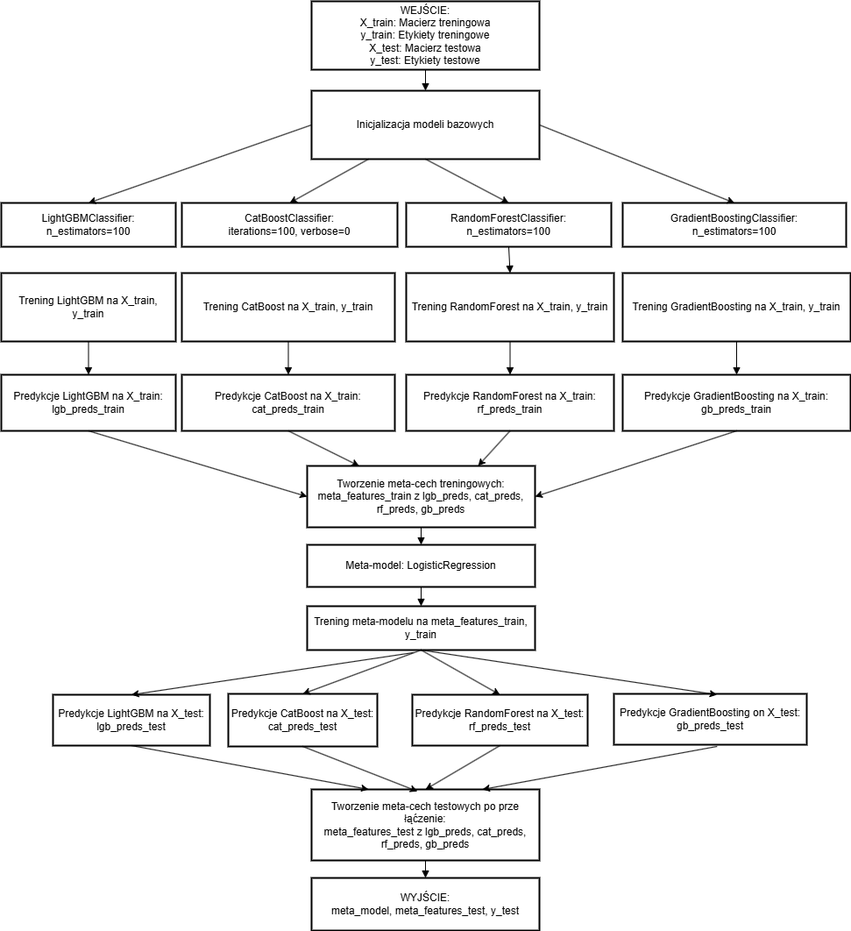
Earlier version of the draw.io export img/diagrams/metoda20.drawio.png (Foxxich/thesis). Source tidied: cells renumbered, new cells last; positions are measured from the earlier drawing's top-left corner, leaving out a move shared by most shapes.
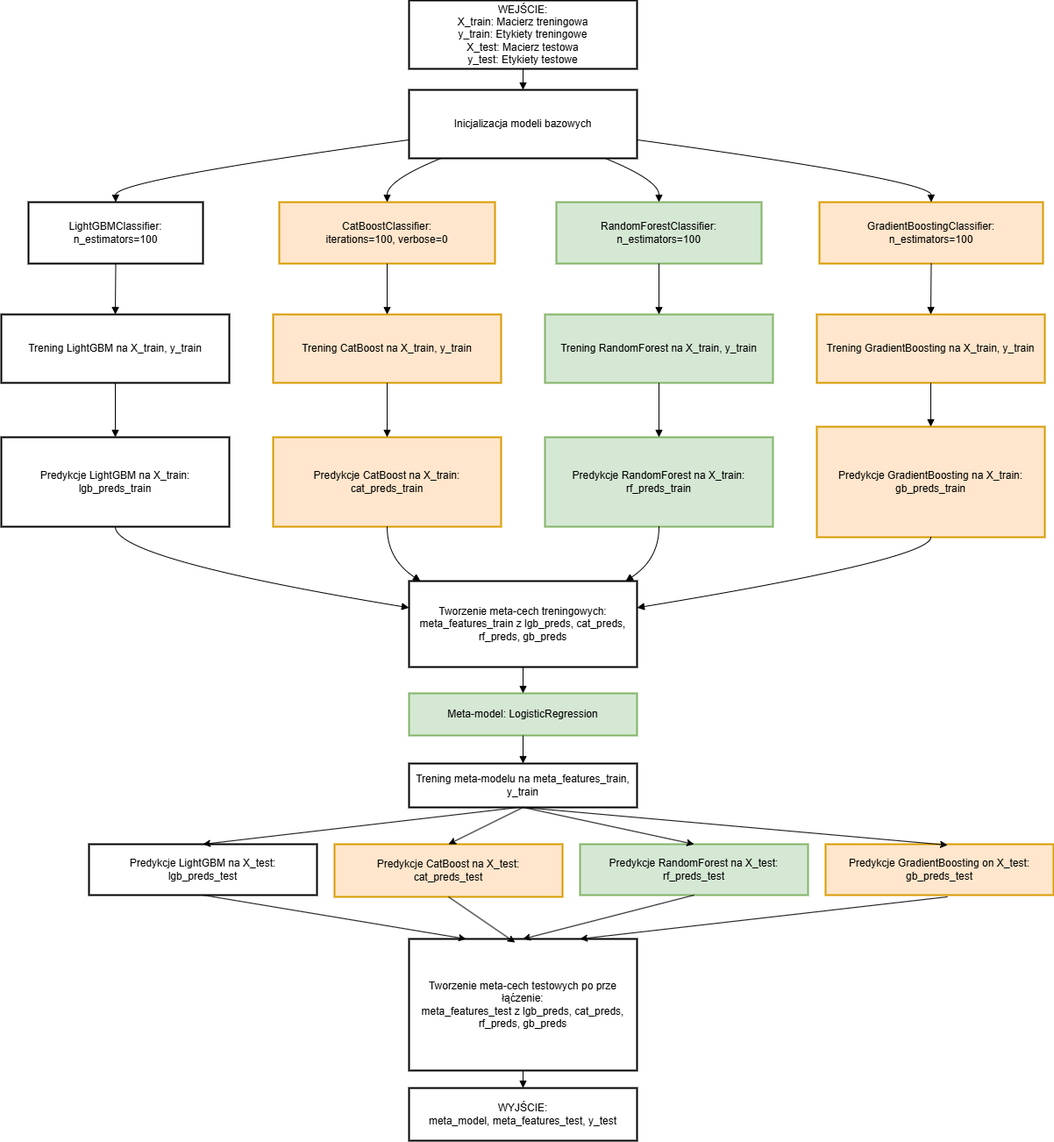
The same diagram one commit later.

What changed in the source:
```diff
@@ -9,74 +9,111 @@
       <mxGeometry x="354" y="102" width="260" height="78" as="geometry" />
     </mxCell>
     <mxCell id="4" value="LightGBMClassifier: &#10; n_estimators=100" style="whiteSpace=wrap;strokeWidth=2;" parent="1" vertex="1">
-      <mxGeometry y="230" width="199" height="50" as="geometry" />
+      <mxGeometry x="-80" y="230" width="199" height="70" as="geometry" />
     </mxCell>
-    <mxCell id="5" value="CatBoostClassifier: &#10; iterations=100, verbose=0" style="whiteSpace=wrap;strokeWidth=2;" parent="1" vertex="1">
-      <mxGeometry x="206" y="230" width="246" height="50" as="geometry" />
+    <mxCell id="5" value="CatBoostClassifier: &#10; iterations=100, verbose=0" style="whiteSpace=wrap;strokeWidth=2;fillColor=#ffe6cc;strokeColor=#d79b00;" parent="1" vertex="1">
+      <mxGeometry x="206" y="230" width="246" height="70" as="geometry" />
     </mxCell>
-    <mxCell id="6" value="RandomForestClassifier: &#10; n_estimators=100" style="whiteSpace=wrap;strokeWidth=2;" parent="1" vertex="1">
-      <mxGeometry x="462" y="230" width="234" height="50" as="geometry" />
+    <mxCell id="6" value="RandomForestClassifier: &#10; n_estimators=100" style="whiteSpace=wrap;strokeWidth=2;fillColor=#d5e8d4;strokeColor=#82b366;" parent="1" vertex="1">
+      <mxGeometry x="522" y="230" width="234" height="70" as="geometry" />
     </mxCell>
-    <mxCell id="7" value="GradientBoostingClassifier: &#10; n_estimators=100" style="whiteSpace=wrap;strokeWidth=2;" parent="1" vertex="1">
-      <mxGeometry x="709" y="230" width="255" height="50" as="geometry" />
+    <mxCell id="7" value="GradientBoostingClassifier: &#10; n_estimators=100" style="whiteSpace=wrap;strokeWidth=2;fillColor=#ffe6cc;strokeColor=#d79b00;" parent="1" vertex="1">
+      <mxGeometry x="822" y="230" width="255" height="70" as="geometry" />
     </mxCell>
     <mxCell id="8" value="Trening LightGBM na X_train, y_train" style="whiteSpace=wrap;strokeWidth=2;" parent="1" vertex="1">
-      <mxGeometry y="310" width="199" height="78" as="geometry" />
+      <mxGeometry x="-111" y="358" width="260" height="78" as="geometry" />
     </mxCell>
-    <mxCell id="9" value="Trening CatBoost na X_train, y_train" style="whiteSpace=wrap;strokeWidth=2;" parent="1" vertex="1">
-      <mxGeometry x="206" y="310" width="243" height="78" as="geometry" />
+    <mxCell id="9" value="Trening CatBoost na X_train, y_train" style="whiteSpace=wrap;strokeWidth=2;fillColor=#ffe6cc;strokeColor=#d79b00;" parent="1" vertex="1">
+      <mxGeometry x="199" y="358" width="260" height="78" as="geometry" />
     </mxCell>
-    <mxCell id="10" value="Trening RandomForest na X_train, y_train" style="whiteSpace=wrap;strokeWidth=2;" parent="1" vertex="1">
-      <mxGeometry x="462" y="310" width="237" height="78" as="geometry" />
+    <mxCell id="10" value="Trening RandomForest na X_train, y_train" style="whiteSpace=wrap;strokeWidth=2;fillColor=#d5e8d4;strokeColor=#82b366;" parent="1" vertex="1">
+      <mxGeometry x="509" y="358" width="260" height="78" as="geometry" />
     </mxCell>
-    <mxCell id="11" value="Trening GradientBoosting na X_train, y_train" style="whiteSpace=wrap;strokeWidth=2;" parent="1" vertex="1">
-      <mxGeometry x="709" y="310" width="260" height="78" as="geometry" />
+    <mxCell id="11" value="Trening GradientBoosting na X_train, y_train" style="whiteSpace=wrap;strokeWidth=2;fillColor=#ffe6cc;strokeColor=#d79b00;" parent="1" vertex="1">
+      <mxGeometry x="819" y="358" width="260" height="78" as="geometry" />
     </mxCell>
     <mxCell id="12" value="Predykcje LightGBM na X_train: &#10; lgb_preds_train" style="whiteSpace=wrap;strokeWidth=2;" parent="1" vertex="1">
-      <mxGeometry y="426" width="199" height="64" as="geometry" />
+      <mxGeometry x="-111" y="498" width="260" height="102" as="geometry" />
     </mxCell>
-    <mxCell id="13" value="Predykcje CatBoost na X_train: &#10; cat_preds_train" style="whiteSpace=wrap;strokeWidth=2;" parent="1" vertex="1">
-      <mxGeometry x="206" y="426" width="243" height="64" as="geometry" />
+    <mxCell id="13" value="Predykcje CatBoost na X_train: &#10; cat_preds_train" style="whiteSpace=wrap;strokeWidth=2;fillColor=#ffe6cc;strokeColor=#d79b00;" parent="1" vertex="1">
+      <mxGeometry x="199" y="498" width="260" height="102" as="geometry" />
     </mxCell>
-    <mxCell id="14" value="Predykcje RandomForest na X_train: &#10; rf_preds_train" style="whiteSpace=wrap;strokeWidth=2;" parent="1" vertex="1">
-      <mxGeometry x="462" y="426" width="237" height="64" as="geometry" />
+    <mxCell id="14" value="Predykcje RandomForest na X_train: &#10; rf_preds_train" style="whiteSpace=wrap;strokeWidth=2;fillColor=#d5e8d4;strokeColor=#82b366;" parent="1" vertex="1">
+      <mxGeometry x="509" y="498" width="260" height="102" as="geometry" />
     </mxCell>
-    <mxCell id="15" value="Predykcje GradientBoosting na X_train: &#10; gb_preds_train" style="whiteSpace=wrap;strokeWidth=2;" parent="1" vertex="1">
-      <mxGeometry x="709" y="426" width="260" height="64" as="geometry" />
+    <mxCell id="15" value="Predykcje GradientBoosting na X_train: &#10; gb_preds_train" style="whiteSpace=wrap;strokeWidth=2;fillColor=#ffe6cc;strokeColor=#d79b00;" parent="1" vertex="1">
+      <mxGeometry x="819" y="486" width="260" height="126" as="geometry" />
     </mxCell>
     <mxCell id="16" value="Tworzenie meta-cech treningowych: &#10; meta_features_train z lgb_preds, cat_preds, rf_preds, gb_preds" style="whiteSpace=wrap;strokeWidth=2;" parent="1" vertex="1">
-      <mxGeometry x="349" y="530" width="260" height="70" as="geometry" />
+      <mxGeometry x="354" y="662" width="260" height="98" as="geometry" />
     </mxCell>
-    <mxCell id="17" value="Meta-model: LogisticRegression" style="whiteSpace=wrap;strokeWidth=2;" parent="1" vertex="1">
-      <mxGeometry x="349" y="620" width="260" height="48" as="geometry" />
+    <mxCell id="17" value="Meta-model: LogisticRegression" style="whiteSpace=wrap;strokeWidth=2;fillColor=#d5e8d4;strokeColor=#82b366;" parent="1" vertex="1">
+      <mxGeometry x="354" y="790" width="260" height="48" as="geometry" />
     </mxCell>
     <mxCell id="18" value="Trening meta-modelu na meta_features_train, y_train" style="whiteSpace=wrap;strokeWidth=2;" parent="1" vertex="1">
-      <mxGeometry x="349" y="690" width="260" height="50" as="geometry" />
+      <mxGeometry x="354" y="870" width="260" height="50" as="geometry" />
     </mxCell>
     <mxCell id="19" value="Predykcje LightGBM na X_test: &#10; lgb_preds_test" style="whiteSpace=wrap;strokeWidth=2;" parent="1" vertex="1">
-      <mxGeometry x="59" y="791" width="179" height="58" as="geometry" />
+      <mxGeometry x="-11" y="962" width="260" height="58" as="geometry" />
     </mxCell>
-    <mxCell id="20" value="Predykcje CatBoost na X_test: &#10; cat_preds_test" style="whiteSpace=wrap;strokeWidth=2;" parent="1" vertex="1">
-      <mxGeometry x="259" y="790" width="170" height="60" as="geometry" />
+    <mxCell id="20" value="Predykcje CatBoost na X_test: &#10; cat_preds_test" style="whiteSpace=wrap;strokeWidth=2;fillColor=#ffe6cc;strokeColor=#d79b00;" parent="1" vertex="1">
+      <mxGeometry x="269" y="962" width="260" height="60" as="geometry" />
     </mxCell>
-    <mxCell id="21" value="Predykcje RandomForest na X_test: &#10; rf_preds_test" style="whiteSpace=wrap;strokeWidth=2;" parent="1" vertex="1">
-      <mxGeometry x="469" y="791" width="200" height="58" as="geometry" />
+    <mxCell id="21" value="Predykcje RandomForest na X_test: &#10; rf_preds_test" style="whiteSpace=wrap;strokeWidth=2;fillColor=#d5e8d4;strokeColor=#82b366;" parent="1" vertex="1">
+      <mxGeometry x="549" y="962" width="260" height="58" as="geometry" />
     </mxCell>
-    <mxCell id="22" value="Predykcje GradientBoosting on X_test: &#10; gb_preds_test" style="whiteSpace=wrap;strokeWidth=2;" parent="1" vertex="1">
-      <mxGeometry x="699" y="790" width="220" height="58" as="geometry" />
+    <mxCell id="22" value="Predykcje GradientBoosting on X_test: &#10; gb_preds_test" style="whiteSpace=wrap;strokeWidth=2;fillColor=#ffe6cc;strokeColor=#d79b00;" parent="1" vertex="1">
+      <mxGeometry x="829" y="962" width="260" height="58" as="geometry" />
     </mxCell>
     <mxCell id="23" value="Tworzenie meta-cech testowych po prze łąćzenie: &#10; meta_features_test z lgb_preds, cat_preds, rf_preds, gb_preds" style="whiteSpace=wrap;strokeWidth=2;" parent="1" vertex="1">
-      <mxGeometry x="354" y="899" width="260" height="81" as="geometry" />
+      <mxGeometry x="354" y="1070" width="260" height="150" as="geometry" />
     </mxCell>
     <mxCell id="24" value="WYJŚCIE: &#10; meta_model, meta_features_test, y_test" style="whiteSpace=wrap;strokeWidth=2;" parent="1" vertex="1">
-      <mxGeometry x="354" y="1000" width="260" height="60" as="geometry" />
+      <mxGeometry x="354" y="1240" width="260" height="60" as="geometry" />
     </mxCell>
     <mxCell id="25" style="curved=1;startArrow=none;endArrow=block;exitX=0.5;exitY=1;rounded=0;" parent="1" edge="1" source="2" target="3">
       <mxGeometry relative="1" as="geometry" />
     </mxCell>
+    <mxCell id="48" style="curved=1;startArrow=none;endArrow=block;exitX=0;exitY=0.73;entryX=0.5;entryY=0;rounded=0;" parent="1" edge="1" source="3" target="4">
+      <mxGeometry relative="1" as="geometry">
+        <Array as="points">
+          <mxPoint x="19" y="205" />
+        </Array>
+      </mxGeometry>
+    </mxCell>
+    <mxCell id="49" style="curved=1;startArrow=none;endArrow=block;exitX=0.14;exitY=1;entryX=0.5;entryY=0;rounded=0;" parent="1" edge="1" source="3" target="5">
+      <mxGeometry relative="1" as="geometry">
+        <Array as="points">
+          <mxPoint x="329" y="205" />
+        </Array>
+      </mxGeometry>
+    </mxCell>
+    <mxCell id="46" style="curved=1;startArrow=none;endArrow=block;exitX=0.86;exitY=1;entryX=0.5;entryY=0;rounded=0;" parent="1" edge="1" source="3" target="6">
+      <mxGeometry relative="1" as="geometry">
+        <Array as="points">
+          <mxPoint x="639" y="205" />
+        </Array>
+      </mxGeometry>
+    </mxCell>
+    <mxCell id="47" style="curved=1;startArrow=none;endArrow=block;exitX=1;exitY=0.73;entryX=0.5;entryY=0;rounded=0;" parent="1" edge="1" source="3" target="7">
+      <mxGeometry relative="1" as="geometry">
+        <Array as="points">
+          <mxPoint x="949" y="205" />
+        </Array>
+      </mxGeometry>
+    </mxCell>
+    <mxCell id="50" style="curved=1;startArrow=none;endArrow=block;exitX=0.5;exitY=1;entryX=0.5;entryY=0;rounded=0;" parent="1" edge="1" source="4" target="8">
+      <mxGeometry relative="1" as="geometry" />
+    </mxCell>
+    <mxCell id="51" style="curved=1;startArrow=none;endArrow=block;exitX=0.5;exitY=1;entryX=0.5;entryY=0;rounded=0;" parent="1" edge="1" source="5" target="9">
+      <mxGeometry relative="1" as="geometry" />
+    </mxCell>
     <mxCell id="26" style="curved=1;startArrow=none;endArrow=block;exitX=0.5;exitY=1;entryX=0.5;entryY=0;rounded=0;" parent="1" edge="1" source="6" target="10">
       <mxGeometry relative="1" as="geometry" />
     </mxCell>
+    <mxCell id="52" style="curved=1;startArrow=none;endArrow=block;exitX=0.5;exitY=1;entryX=0.5;entryY=0;rounded=0;" parent="1" edge="1" source="7" target="11">
+      <mxGeometry relative="1" as="geometry" />
+    </mxCell>
     <mxCell id="27" style="curved=1;startArrow=none;endArrow=block;exitX=0.5;exitY=1;entryX=0.5;entryY=0;rounded=0;" parent="1" edge="1" source="8" target="12">
       <mxGeometry relative="1" as="geometry" />
     </mxCell>
@@ -89,6 +126,34 @@
     <mxCell id="30" style="curved=1;startArrow=none;endArrow=block;exitX=0.5;exitY=1;entryX=0.5;entryY=0;rounded=0;" parent="1" edge="1" source="11" target="15">
       <mxGeometry relative="1" as="geometry" />
     </mxCell>
+    <mxCell id="42" style="curved=1;startArrow=none;endArrow=block;exitX=0.5;exitY=1;entryX=0;entryY=0.31;rounded=0;" parent="1" edge="1" source="12" target="16">
+      <mxGeometry relative="1" as="geometry">
+        <Array as="points">
+          <mxPoint x="19" y="637" />
+        </Array>
+      </mxGeometry>
+    </mxCell>
+    <mxCell id="43" style="curved=1;startArrow=none;endArrow=block;exitX=0.5;exitY=1;entryX=0.05;entryY=0;rounded=0;" parent="1" edge="1" source="13" target="16">
+      <mxGeometry relative="1" as="geometry">
+        <Array as="points">
+          <mxPoint x="329" y="637" />
+        </Array>
+      </mxGeometry>
+    </mxCell>
+    <mxCell id="45" style="curved=1;startArrow=none;endArrow=block;exitX=0.5;exitY=1;entryX=0.95;entryY=0;rounded=0;" parent="1" edge="1" source="14" target="16">
+      <mxGeometry relative="1" as="geometry">
+        <Array as="points">
+          <mxPoint x="639" y="637" />
+        </Array>
+      </mxGeometry>
+    </mxCell>
+    <mxCell id="44" style="curved=1;startArrow=none;endArrow=block;exitX=0.5;exitY=1;entryX=1;entryY=0.31;rounded=0;" parent="1" edge="1" source="15" target="16">
+      <mxGeometry relative="1" as="geometry">
+        <Array as="points">
+          <mxPoint x="949" y="637" />
+        </Array>
+      </mxGeometry>
+    </mxCell>
     <mxCell id="31" style="curved=1;startArrow=none;endArrow=block;exitX=0.5;exitY=1;entryX=0.5;entryY=0;rounded=0;" parent="1" edge="1" source="16" target="17">
       <mxGeometry relative="1" as="geometry" />
     </mxCell>
@@ -101,8 +166,10 @@
     <mxCell id="34" style="endArrow=classic;html=1;rounded=0;entryX=0.5;entryY=0;entryDx=0;entryDy=0;exitX=0.5;exitY=1;exitDx=0;exitDy=0;" parent="1" edge="1" source="18" target="20">
       <mxGeometry relative="1" as="geometry" />
     </mxCell>
-    <mxCell id="35" style="endArrow=classic;html=1;rounded=0;entryX=0.5;entryY=0;entryDx=0;entryDy=0;exitX=0.465;exitY=1.06;exitDx=0;exitDy=0;exitPerimeter=0;" parent="1" edge="1" source="18" target="19">
-      <mxGeometry relative="1" as="geometry" />
+    <mxCell id="35" style="endArrow=classic;html=1;rounded=0;entryX=0.5;entryY=0;entryDx=0;entryDy=0;" parent="1" edge="1" target="19">
+      <mxGeometry relative="1" as="geometry">
+        <mxPoint x="479" y="920" as="sourcePoint" />
+      </mxGeometry>
     </mxCell>
     <mxCell id="36" style="endArrow=classic;html=1;rounded=0;entryX=0.5;entryY=0;entryDx=0;entryDy=0;exitX=0.5;exitY=1;exitDx=0;exitDy=0;" parent="1" edge="1" source="18" target="21">
       <mxGeometry relative="1" as="geometry" />
@@ -122,29 +189,5 @@
     <mxCell id="41" style="endArrow=classic;html=1;rounded=0;exitX=0.535;exitY=1.034;exitDx=0;exitDy=0;exitPerimeter=0;entryX=0.75;entryY=0;entryDx=0;entryDy=0;" parent="1" edge="1" source="22" target="23">
       <mxGeometry relative="1" as="geometry" />
     </mxCell>
-    <mxCell id="42" style="endArrow=classic;html=1;rounded=0;exitX=0.5;exitY=1;exitDx=0;exitDy=0;entryX=0;entryY=0.5;entryDx=0;entryDy=0;" parent="1" edge="1" source="12" target="16">
-      <mxGeometry relative="1" as="geometry" />
-    </mxCell>
-    <mxCell id="43" style="endArrow=classic;html=1;rounded=0;exitX=0.5;exitY=1;exitDx=0;exitDy=0;" parent="1" edge="1" source="13" target="16">
-      <mxGeometry relative="1" as="geometry" />
-    </mxCell>
-    <mxCell id="44" style="endArrow=classic;html=1;rounded=0;exitX=0.5;exitY=1;exitDx=0;exitDy=0;entryX=1;entryY=0.5;entryDx=0;entryDy=0;" parent="1" edge="1" source="15" target="16">
-      <mxGeometry relative="1" as="geometry" />
-    </mxCell>
-    <mxCell id="45" style="endArrow=classic;html=1;rounded=0;exitX=0.5;exitY=1;exitDx=0;exitDy=0;entryX=0.75;entryY=0;entryDx=0;entryDy=0;" parent="1" edge="1" source="14" target="16">
-      <mxGeometry relative="1" as="geometry" />
-    </mxCell>
-    <mxCell id="46" style="endArrow=classic;html=1;rounded=0;entryX=0.5;entryY=0;entryDx=0;entryDy=0;exitX=0.5;exitY=1;exitDx=0;exitDy=0;" parent="1" edge="1" source="3" target="6">
-      <mxGeometry relative="1" as="geometry" />
-    </mxCell>
-    <mxCell id="47" style="endArrow=classic;html=1;rounded=0;entryX=0.5;entryY=0;entryDx=0;entryDy=0;exitX=1;exitY=0.5;exitDx=0;exitDy=0;" parent="1" edge="1" source="3" target="7">
-      <mxGeometry relative="1" as="geometry" />
-    </mxCell>
-    <mxCell id="48" style="endArrow=classic;html=1;rounded=0;entryX=0.5;entryY=0;entryDx=0;entryDy=0;exitX=0;exitY=0.5;exitDx=0;exitDy=0;" parent="1" edge="1" source="3" target="4">
-      <mxGeometry relative="1" as="geometry" />
-    </mxCell>
-    <mxCell id="49" style="endArrow=classic;html=1;rounded=0;entryX=0.5;entryY=0;entryDx=0;entryDy=0;exitX=0.25;exitY=1;exitDx=0;exitDy=0;" parent="1" edge="1" source="3" target="5">
-      <mxGeometry relative="1" as="geometry" />
-    </mxCell>
   </root>
 </mxGraphModel>
```
